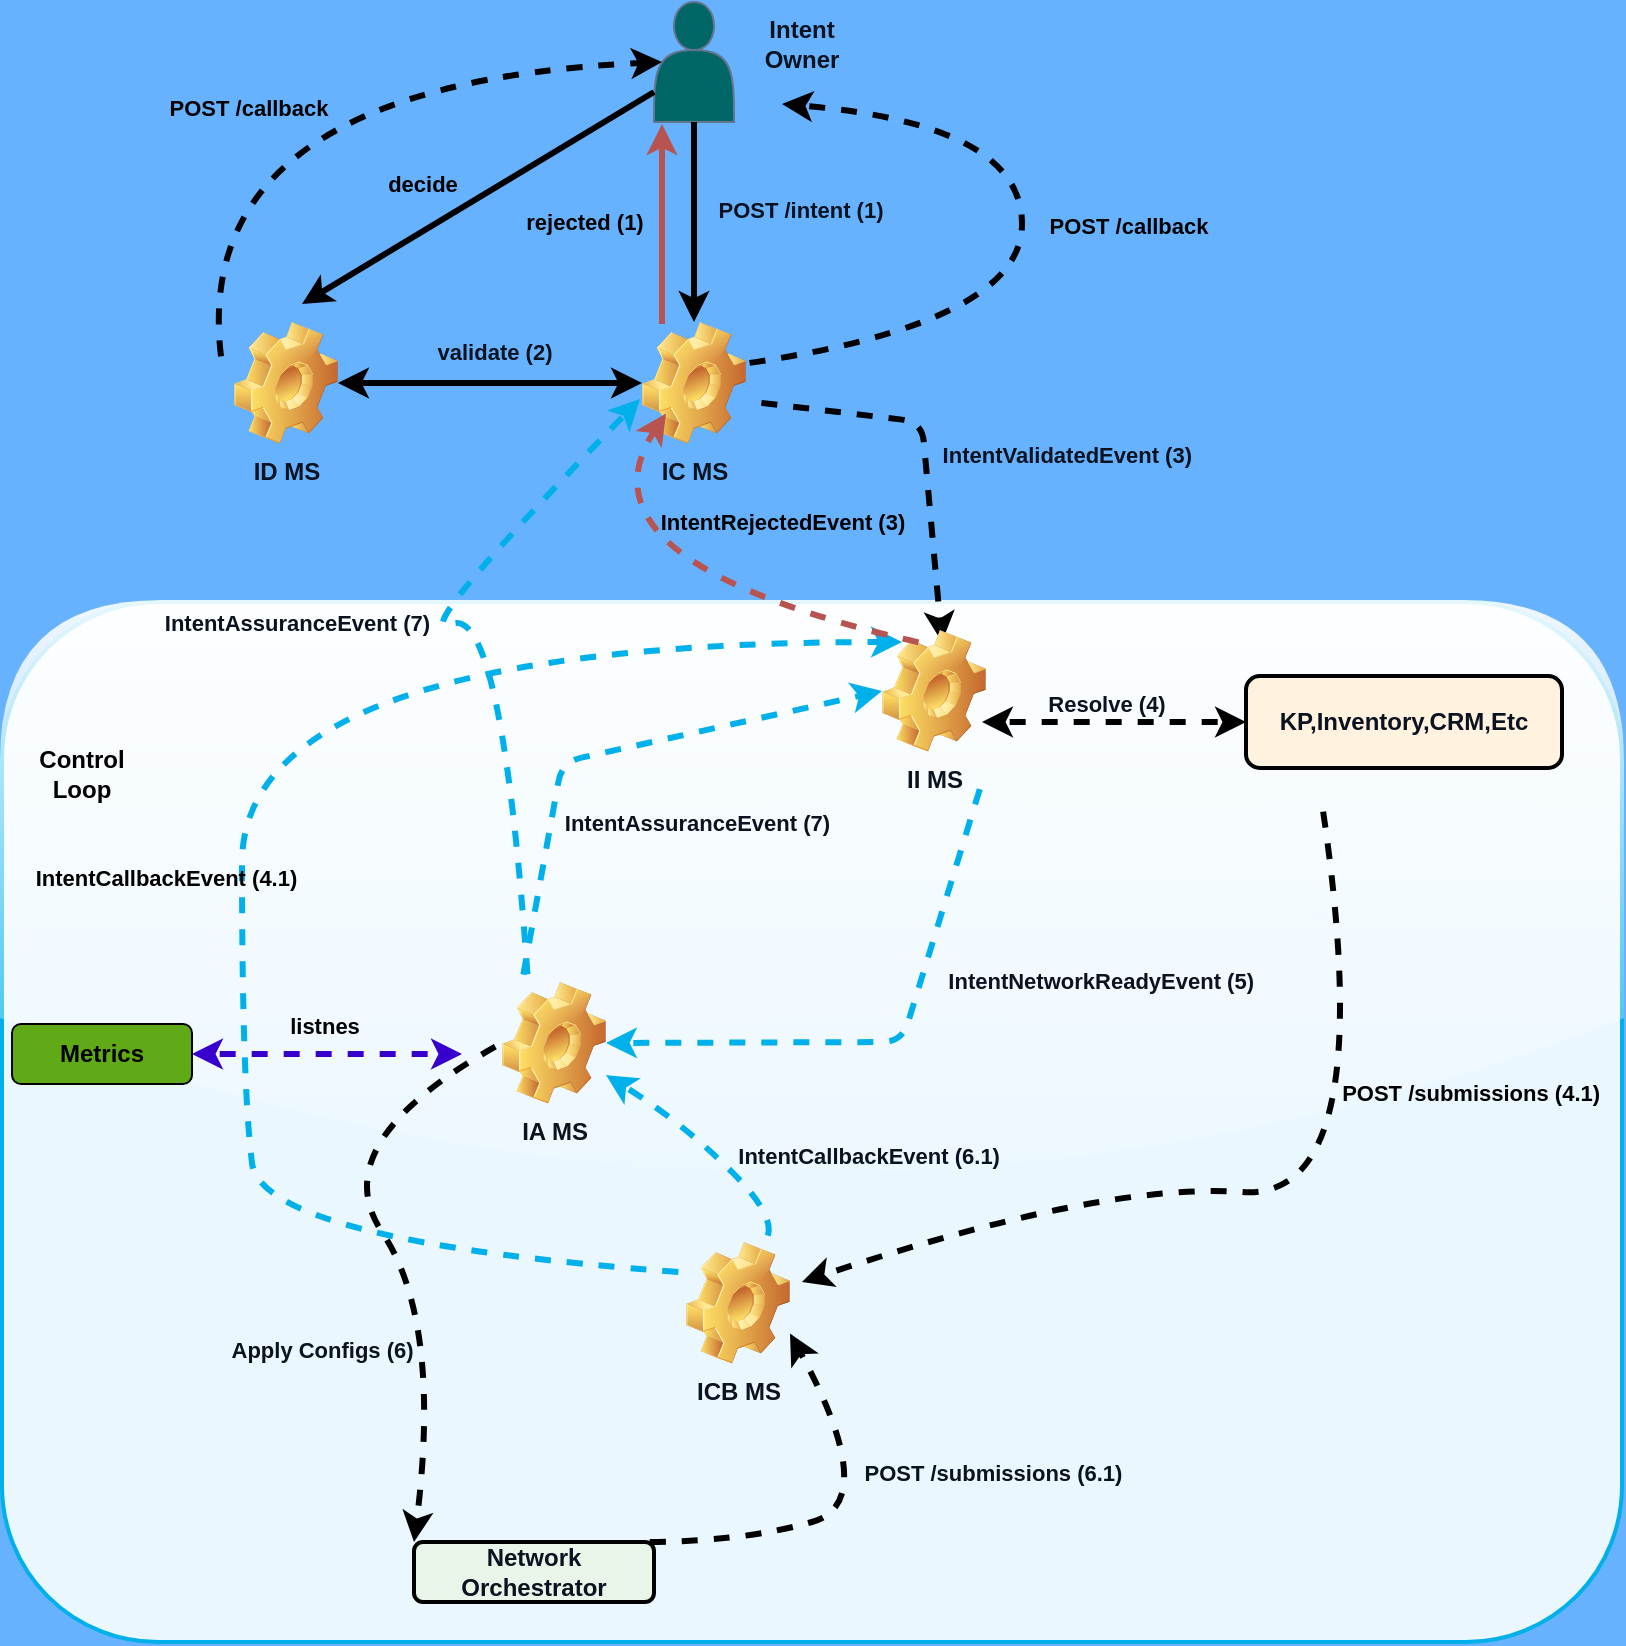
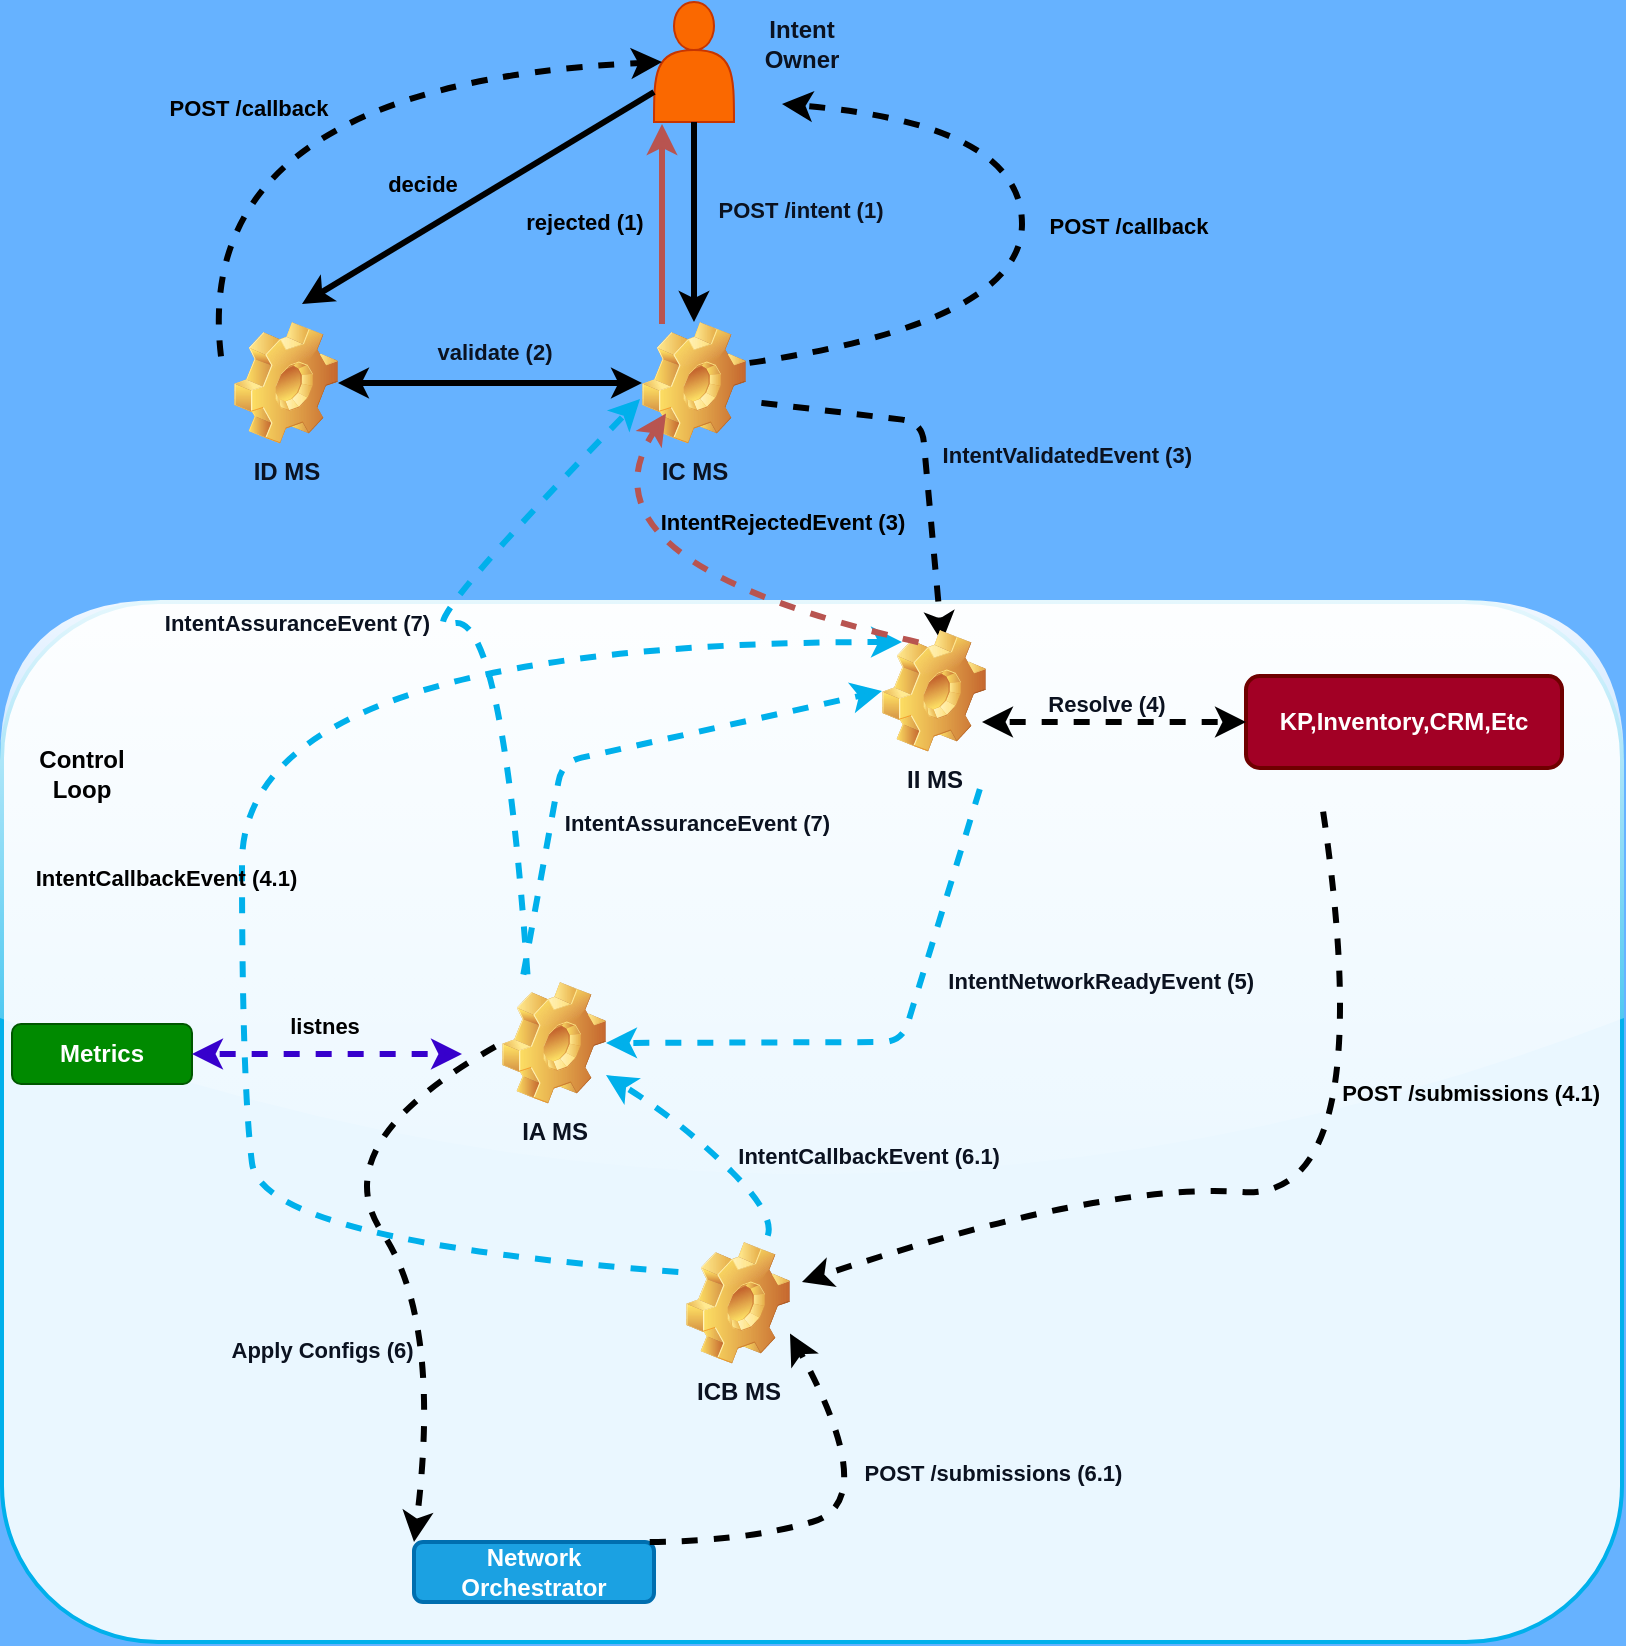
<mxfile host="65bd71144e">
    <diagram id="hkdiFI0e61aXNWWX01rr" name="Page-1">
        <mxGraphModel dx="678" dy="638" grid="1" gridSize="10" guides="1" tooltips="1" connect="1" arrows="1" fold="1" page="1" pageScale="1" pageWidth="827" pageHeight="1169" background="#66B2FF" math="0" shadow="0">
            <root>
                <mxCell id="0"/>
                <mxCell id="1" parent="0"/>
                <mxCell id="44" value="" style="rounded=1;whiteSpace=wrap;html=1;strokeWidth=2;glass=1;shadow=0;fillStyle=auto;fillColor=#EAF7FF;fontColor=#0B1220;strokeColor=#00B0EB;" parent="1" vertex="1">
                    <mxGeometry x="10" y="449" width="810" height="520" as="geometry"/>
                </mxCell>
                <mxCell id="2" value="IA MS" style="shape=image;html=1;verticalLabelPosition=bottom;verticalAlign=top;imageAspect=1;aspect=fixed;image=img/clipart/Gear_128x128.png;container=0;fontStyle=1;fillColor=#E6F7FF;strokeColor=#00B0EB;fontColor=#0B1220;strokeWidth=2;shadow=0;" parent="1" vertex="1">
                    <mxGeometry x="260" y="639" width="52" height="61" as="geometry"/>
                </mxCell>
                <mxCell id="7" value="" style="endArrow=classic;html=1;shadow=0;flowAnimation=1;strokeWidth=3;strokeColor=#00B0EB;entryX=0;entryY=0.5;entryDx=0;entryDy=0;jumpStyle=arc;fontColor=#0B1220;" parent="1" target="28" edge="1">
                    <mxGeometry width="50" height="50" relative="1" as="geometry">
                        <mxPoint x="270" y="639" as="sourcePoint"/>
                        <mxPoint x="430" y="489" as="targetPoint"/>
                        <Array as="points">
                            <mxPoint x="290" y="529"/>
                        </Array>
                    </mxGeometry>
                </mxCell>
                <mxCell id="9" value="IntentNetworkReadyEvent (5)" style="edgeLabel;align=center;verticalAlign=middle;resizable=0;points=[];container=0;fontColor=#0B1220;labelBackgroundColor=none;fontStyle=1;fillColor=#E8F5E9;strokeColor=#2E7D32;strokeWidth=2;shadow=0;" parent="7" vertex="1" connectable="0">
                    <mxGeometry x="0.0249" y="3" relative="1" as="geometry">
                        <mxPoint x="241" y="118" as="offset"/>
                    </mxGeometry>
                </mxCell>
                <mxCell id="8" value="" style="endArrow=classic;html=1;entryX=1;entryY=0.5;entryDx=0;entryDy=0;exitX=1;exitY=1;exitDx=0;exitDy=0;flowAnimation=1;jumpStyle=arc;strokeWidth=3;strokeColor=#00B0EB;fontColor=#0B1220;" parent="1" target="2" edge="1">
                    <mxGeometry width="50" height="50" relative="1" as="geometry">
                        <mxPoint x="500" y="539" as="sourcePoint"/>
                        <mxPoint x="470" y="719" as="targetPoint"/>
                        <Array as="points">
                            <mxPoint x="460" y="669"/>
                        </Array>
                    </mxGeometry>
                </mxCell>
                <mxCell id="10" value="IntentAssuranceEvent (7)" style="edgeLabel;align=center;verticalAlign=middle;resizable=0;points=[];container=0;labelBackgroundColor=none;fontStyle=1;fillColor=#FFEBEE;strokeColor=#C62828;fontColor=#0B1220;strokeWidth=2;shadow=0;" parent="8" vertex="1" connectable="0">
                    <mxGeometry x="-0.196" relative="1" as="geometry">
                        <mxPoint x="-109" y="-89" as="offset"/>
                    </mxGeometry>
                </mxCell>
                <mxCell id="12" value="IC MS" style="shape=image;html=1;verticalLabelPosition=bottom;verticalAlign=top;imageAspect=1;aspect=fixed;image=img/clipart/Gear_128x128.png;fontStyle=1;fillColor=#E6F7FF;strokeColor=#00B0EB;fontColor=#0B1220;strokeWidth=2;shadow=0;" parent="1" vertex="1">
                    <mxGeometry x="330" y="309" width="52" height="61" as="geometry"/>
                </mxCell>
-                 <mxCell id="13" value="" style="shape=actor;whiteSpace=wrap;html=1;fillColor=#006666;strokeColor=#64748B;fontColor=#0B1220;shadow=0;" parent="1" vertex="1">
+                 <mxCell id="13" value="" style="shape=actor;whiteSpace=wrap;html=1;fillColor=#fa6800;strokeColor=#C73500;fontColor=#000000;shadow=0;" parent="1" vertex="1">
                    <mxGeometry x="336" y="149" width="40" height="60" as="geometry"/>
                </mxCell>
                <mxCell id="14" value="" style="endArrow=classic;html=1;exitX=0.5;exitY=1;exitDx=0;exitDy=0;strokeWidth=3;flowAnimation=0;strokeColor=default;fontColor=#0B1220;" parent="1" source="13" target="12" edge="1">
                    <mxGeometry width="50" height="50" relative="1" as="geometry">
                        <mxPoint x="430" y="379" as="sourcePoint"/>
                        <mxPoint x="480" y="329" as="targetPoint"/>
                    </mxGeometry>
                </mxCell>
                <mxCell id="17" value="POST /intent (1)" style="edgeLabel;html=1;align=center;verticalAlign=middle;resizable=0;points=[];fontColor=#0B1220;fontStyle=1;labelBackgroundColor=none;strokeColor=#64748B;shadow=0;" parent="14" vertex="1" connectable="0">
                    <mxGeometry x="-0.13" relative="1" as="geometry">
                        <mxPoint x="53" as="offset"/>
                    </mxGeometry>
                </mxCell>
                <mxCell id="15" value="ICB MS" style="shape=image;html=1;verticalLabelPosition=bottom;verticalAlign=top;imageAspect=1;aspect=fixed;image=img/clipart/Gear_128x128.png;fontStyle=1;fillColor=#FFF3E0;strokeColor=#F57C00;fontColor=#0B1220;strokeWidth=2;shadow=0;" parent="1" vertex="1">
                    <mxGeometry x="352" y="769" width="52" height="61" as="geometry"/>
                </mxCell>
                <mxCell id="16" value="" style="endArrow=classic;html=1;exitX=0.5;exitY=1;exitDx=0;exitDy=0;strokeWidth=3;flowAnimation=1;jumpStyle=arc;strokeColor=default;fontColor=#0B1220;" parent="1" edge="1">
                    <mxGeometry width="50" height="50" relative="1" as="geometry">
                        <mxPoint x="386" y="349" as="sourcePoint"/>
                        <mxPoint x="480" y="469" as="targetPoint"/>
                        <Array as="points">
                            <mxPoint x="470" y="359"/>
                        </Array>
                    </mxGeometry>
                </mxCell>
                <mxCell id="18" value="IntentValidatedEvent (3)" style="edgeLabel;align=center;verticalAlign=middle;resizable=0;points=[];fontColor=#0B1220;fontStyle=1;labelBackgroundColor=none;strokeColor=#64748B;shadow=0;" parent="16" vertex="1" connectable="0">
                    <mxGeometry x="0.0229" y="-3" relative="1" as="geometry">
                        <mxPoint x="74" as="offset"/>
                    </mxGeometry>
                </mxCell>
-                 <mxCell id="21" value="Network Orchestrator" style="rounded=1;whiteSpace=wrap;html=1;fillColor=#E8F5E9;fontColor=#0B1220;strokeColor=default;fontStyle=1;strokeWidth=2;shadow=0;" parent="1" vertex="1">
+                 <mxCell id="21" value="Network Orchestrator" style="rounded=1;whiteSpace=wrap;html=1;fillColor=#1ba1e2;fontColor=#ffffff;strokeColor=#006EAF;fontStyle=1;strokeWidth=2;shadow=0;" parent="1" vertex="1">
                    <mxGeometry x="216" y="919" width="120" height="30" as="geometry"/>
                </mxCell>
                <mxCell id="22" value="Intent Owner" style="text;html=1;align=center;verticalAlign=middle;whiteSpace=wrap;rounded=0;fontStyle=1;fillColor=none;strokeColor=none;fontColor=#0B1220;strokeWidth=2;shadow=0;" parent="1" vertex="1">
                    <mxGeometry x="380" y="155" width="60" height="30" as="geometry"/>
                </mxCell>
-                 <mxCell id="23" value="KP,Inventory,CRM,Etc" style="rounded=1;whiteSpace=wrap;html=1;fillColor=#FFF3E0;fontColor=#0B1220;strokeColor=default;fontStyle=1;strokeWidth=2;shadow=0;" parent="1" vertex="1">
+                 <mxCell id="23" value="KP,Inventory,CRM,Etc" style="rounded=1;whiteSpace=wrap;html=1;fillColor=#a20025;fontColor=#ffffff;strokeColor=#6F0000;fontStyle=1;strokeWidth=2;shadow=0;" parent="1" vertex="1">
                    <mxGeometry x="632" y="486" width="158" height="46" as="geometry"/>
                </mxCell>
                <mxCell id="25" value="" style="endArrow=classic;startArrow=classic;html=1;exitX=1;exitY=0.5;exitDx=0;exitDy=0;entryX=0;entryY=0.5;entryDx=0;entryDy=0;endSize=6;strokeWidth=3;flowAnimation=1;strokeColor=default;fontColor=#0B1220;" parent="1" target="23" edge="1">
                    <mxGeometry width="50" height="50" relative="1" as="geometry">
                        <mxPoint x="500" y="509" as="sourcePoint"/>
                        <mxPoint x="590" y="519" as="targetPoint"/>
                    </mxGeometry>
                </mxCell>
                <mxCell id="34" value="Resolve (4)" style="edgeLabel;html=1;align=center;verticalAlign=middle;resizable=0;points=[];fontStyle=1;labelBackgroundColor=none;strokeColor=#64748B;fontColor=#0B1220;shadow=0;" parent="25" vertex="1" connectable="0">
                    <mxGeometry x="-0.0667" relative="1" as="geometry">
                        <mxPoint y="-9" as="offset"/>
                    </mxGeometry>
                </mxCell>
                <mxCell id="28" value="II MS" style="shape=image;html=1;verticalLabelPosition=bottom;verticalAlign=top;imageAspect=1;aspect=fixed;image=img/clipart/Gear_128x128.png;fontStyle=1;fillColor=#E6F7FF;strokeColor=#00B0EB;fontColor=#0B1220;strokeWidth=2;shadow=0;enumerate=0;treeMoving=0;" parent="1" vertex="1">
                    <mxGeometry x="450" y="463" width="52" height="61" as="geometry"/>
                </mxCell>
                <mxCell id="29" value="ID MS" style="shape=image;html=1;verticalLabelPosition=bottom;verticalAlign=top;imageAspect=1;aspect=fixed;image=img/clipart/Gear_128x128.png;fontStyle=1;fillColor=#E6F7FF;strokeColor=#00B0EB;fontColor=#0B1220;strokeWidth=2;shadow=0;" parent="1" vertex="1">
                    <mxGeometry x="126" y="309" width="52" height="61" as="geometry"/>
                </mxCell>
                <mxCell id="30" value="" style="endArrow=classic;startArrow=classic;html=1;exitX=1;exitY=0.5;exitDx=0;exitDy=0;entryX=0;entryY=0.5;entryDx=0;entryDy=0;strokeWidth=3;flowAnimation=0;strokeColor=default;fontColor=#0B1220;" parent="1" source="29" target="12" edge="1">
                    <mxGeometry width="50" height="50" relative="1" as="geometry">
                        <mxPoint x="280" y="469" as="sourcePoint"/>
                        <mxPoint x="330" y="419" as="targetPoint"/>
                    </mxGeometry>
                </mxCell>
                <mxCell id="31" value="validate (2)" style="edgeLabel;html=1;align=center;verticalAlign=middle;resizable=0;points=[];fontStyle=1;labelBackgroundColor=none;strokeColor=#64748B;fontColor=#0B1220;shadow=0;" parent="30" vertex="1" connectable="0">
                    <mxGeometry y="2" relative="1" as="geometry">
                        <mxPoint x="2" y="-14" as="offset"/>
                    </mxGeometry>
                </mxCell>
                <mxCell id="32" value="" style="curved=1;endArrow=classic;html=1;strokeWidth=3;flowAnimation=1;fillColor=#0050ef;strokeColor=default;fontColor=#0B1220;" parent="1" edge="1">
                    <mxGeometry width="50" height="50" relative="1" as="geometry">
                        <mxPoint x="670" y="550" as="sourcePoint"/>
                        <mxPoint x="410" y="789" as="targetPoint"/>
                        <Array as="points">
                            <mxPoint x="700" y="749"/>
                            <mxPoint x="560" y="739"/>
                        </Array>
                    </mxGeometry>
                </mxCell>
                <mxCell id="33" value="" style="curved=1;endArrow=classic;html=1;exitX=0;exitY=0.25;exitDx=0;exitDy=0;strokeWidth=3;flowAnimation=1;fillColor=#0050ef;strokeColor=#00B0EB;fontColor=#0B1220;" parent="1" source="15" edge="1">
                    <mxGeometry width="50" height="50" relative="1" as="geometry">
                        <mxPoint x="90" y="769" as="sourcePoint"/>
                        <mxPoint x="460" y="469" as="targetPoint"/>
                        <Array as="points">
                            <mxPoint x="140" y="769"/>
                            <mxPoint x="130" y="690"/>
                            <mxPoint x="130" y="469"/>
                        </Array>
                    </mxGeometry>
                </mxCell>
                <mxCell id="36" value="" style="curved=1;endArrow=classic;html=1;exitX=0;exitY=0.5;exitDx=0;exitDy=0;entryX=0;entryY=0;entryDx=0;entryDy=0;strokeWidth=3;fillColor=#e3c800;strokeColor=default;flowAnimation=1;fontColor=#0B1220;" parent="1" source="2" target="21" edge="1">
                    <mxGeometry width="50" height="50" relative="1" as="geometry">
                        <mxPoint x="230" y="859" as="sourcePoint"/>
                        <mxPoint x="280" y="809" as="targetPoint"/>
                        <Array as="points">
                            <mxPoint x="170" y="719"/>
                            <mxPoint x="230" y="809"/>
                        </Array>
                    </mxGeometry>
                </mxCell>
                <mxCell id="37" value="Apply Configs (6)" style="edgeLabel;align=center;verticalAlign=middle;resizable=0;points=[];labelBackgroundColor=none;fontColor=#0B1220;fontStyle=1;strokeColor=#64748B;shadow=0;" parent="36" vertex="1" connectable="0">
                    <mxGeometry x="0.2297" y="-7" relative="1" as="geometry">
                        <mxPoint x="-47" y="20" as="offset"/>
                    </mxGeometry>
                </mxCell>
                <mxCell id="38" value="" style="curved=1;endArrow=classic;html=1;entryX=1;entryY=0.75;entryDx=0;entryDy=0;fillColor=#e3c800;strokeColor=default;strokeWidth=3;flowAnimation=1;fontColor=#0B1220;" parent="1" target="15" edge="1">
                    <mxGeometry width="50" height="50" relative="1" as="geometry">
                        <mxPoint x="330" y="919" as="sourcePoint"/>
                        <mxPoint x="380" y="869" as="targetPoint"/>
                        <Array as="points">
                            <mxPoint x="380" y="919"/>
                            <mxPoint x="450" y="899"/>
                        </Array>
                    </mxGeometry>
                </mxCell>
                <mxCell id="39" value="POST /submissions (6.1)" style="edgeLabel;align=center;verticalAlign=middle;resizable=0;points=[];fontStyle=1;labelBackgroundColor=none;fontColor=#0B1220;strokeColor=#64748B;shadow=0;" parent="38" vertex="1" connectable="0">
                    <mxGeometry x="0.3261" y="9" relative="1" as="geometry">
                        <mxPoint x="74" as="offset"/>
                    </mxGeometry>
                </mxCell>
                <mxCell id="40" value="" style="curved=1;endArrow=classic;html=1;exitX=0.75;exitY=0;exitDx=0;exitDy=0;fillColor=#e3c800;strokeColor=#00B0EB;strokeWidth=3;flowAnimation=1;fontColor=#0B1220;" parent="1" source="15" target="2" edge="1">
                    <mxGeometry width="50" height="50" relative="1" as="geometry">
                        <mxPoint x="350" y="759" as="sourcePoint"/>
                        <mxPoint x="400" y="709" as="targetPoint"/>
                        <Array as="points">
                            <mxPoint x="400" y="759"/>
                            <mxPoint x="350" y="709"/>
                        </Array>
                    </mxGeometry>
                </mxCell>
                <mxCell id="41" value="IntentCallbackEvent (6.1)" style="edgeLabel;align=center;verticalAlign=middle;resizable=0;points=[];fontStyle=1;labelBackgroundColor=none;fontColor=#0B1220;strokeColor=#64748B;shadow=0;" parent="40" vertex="1" connectable="0">
                    <mxGeometry x="-0.0281" relative="1" as="geometry">
                        <mxPoint x="78" y="1" as="offset"/>
                    </mxGeometry>
                </mxCell>
                <mxCell id="46" value="" style="endArrow=classic;html=1;exitX=0;exitY=0.75;exitDx=0;exitDy=0;strokeWidth=3;" parent="1" source="13" edge="1">
                    <mxGeometry width="50" height="50" relative="1" as="geometry">
                        <mxPoint x="170" y="220" as="sourcePoint"/>
                        <mxPoint x="160" y="300" as="targetPoint"/>
                    </mxGeometry>
                </mxCell>
                <mxCell id="47" value="decide" style="edgeLabel;html=1;align=center;verticalAlign=middle;resizable=0;points=[];labelBackgroundColor=none;fontStyle=1" parent="46" vertex="1" connectable="0">
                    <mxGeometry x="-0.0222" y="1" relative="1" as="geometry">
                        <mxPoint x="-31" y="-7" as="offset"/>
                    </mxGeometry>
                </mxCell>
-                 <mxCell id="48" value="Metrics" style="rounded=1;whiteSpace=wrap;html=1;fillColor=#60a917;fontColor=default;strokeColor=default;fontStyle=1" parent="1" vertex="1">
+                 <mxCell id="48" value="Metrics" style="rounded=1;whiteSpace=wrap;html=1;fillColor=#008a00;fontColor=#ffffff;strokeColor=#005700;fontStyle=1" parent="1" vertex="1">
                    <mxGeometry x="15" y="660" width="90" height="30" as="geometry"/>
                </mxCell>
                <mxCell id="49" value="" style="endArrow=classic;startArrow=classic;html=1;exitX=1;exitY=0.5;exitDx=0;exitDy=0;strokeWidth=3;flowAnimation=1;strokeColor=#3700CC;jumpStyle=arc;fillColor=#6a00ff;" parent="1" source="48" edge="1">
                    <mxGeometry width="50" height="50" relative="1" as="geometry">
                        <mxPoint x="150" y="720" as="sourcePoint"/>
                        <mxPoint x="240" y="675" as="targetPoint"/>
                    </mxGeometry>
                </mxCell>
                <mxCell id="55" value="listnes" style="edgeLabel;html=1;align=center;verticalAlign=middle;resizable=0;points=[];labelBackgroundColor=none;fontStyle=1" parent="49" vertex="1" connectable="0">
                    <mxGeometry x="-0.0462" y="4" relative="1" as="geometry">
                        <mxPoint x="1" y="-10" as="offset"/>
                    </mxGeometry>
                </mxCell>
                <mxCell id="50" value="IntentCallbackEvent (4.1)" style="edgeLabel;align=center;verticalAlign=middle;resizable=0;points=[];fontStyle=1;labelBackgroundColor=none;fontColor=default;" parent="1" vertex="1" connectable="0">
                    <mxGeometry x="220.0011238408634" y="585.0011238408631" as="geometry">
                        <mxPoint x="-128" y="1" as="offset"/>
                    </mxGeometry>
                </mxCell>
                <mxCell id="51" value="POST /submissions (4.1)" style="edgeLabel;align=center;verticalAlign=middle;resizable=0;points=[];fontStyle=1;labelBackgroundColor=none;fontColor=default;" parent="1" vertex="1" connectable="0">
                    <mxGeometry x="744.3029013611379" y="693.5364916215115" as="geometry"/>
                </mxCell>
                <mxCell id="54" value="Control Loop" style="text;html=1;align=center;verticalAlign=middle;whiteSpace=wrap;rounded=0;fontStyle=1" parent="1" vertex="1">
                    <mxGeometry x="20" y="520" width="60" height="30" as="geometry"/>
                </mxCell>
                <mxCell id="56" value="" style="endArrow=classic;html=1;rounded=0;jumpStyle=arc;curved=1;strokeWidth=3;shadow=0;flowAnimation=1;" parent="1" edge="1">
                    <mxGeometry width="50" height="50" relative="1" as="geometry">
                        <mxPoint x="380" y="330" as="sourcePoint"/>
                        <mxPoint x="400" y="200" as="targetPoint"/>
                        <Array as="points">
                            <mxPoint x="520" y="310"/>
                            <mxPoint x="520" y="210"/>
                        </Array>
                    </mxGeometry>
                </mxCell>
                <mxCell id="57" value="POST /callback" style="edgeLabel;html=1;align=center;verticalAlign=middle;resizable=0;points=[];labelBackgroundColor=none;fontStyle=1" parent="56" vertex="1" connectable="0">
                    <mxGeometry x="0.0525" y="1" relative="1" as="geometry">
                        <mxPoint x="54" as="offset"/>
                    </mxGeometry>
                </mxCell>
                <mxCell id="58" value="" style="endArrow=classic;html=1;rounded=0;entryX=0.1;entryY=0.5;entryDx=0;entryDy=0;entryPerimeter=0;curved=1;strokeWidth=3;flowAnimation=1;" parent="1" target="13" edge="1">
                    <mxGeometry width="50" height="50" relative="1" as="geometry">
                        <mxPoint x="120" y="330" as="sourcePoint"/>
                        <mxPoint x="130" y="210" as="targetPoint"/>
                        <Array as="points">
                            <mxPoint x="100" y="190"/>
                        </Array>
                    </mxGeometry>
                </mxCell>
                <mxCell id="59" value="POST /callback" style="edgeLabel;html=1;align=center;verticalAlign=middle;resizable=0;points=[];labelBackgroundColor=none;fontStyle=1" parent="1" vertex="1" connectable="0">
                    <mxGeometry x="133" y="201.4213562373095" as="geometry"/>
                </mxCell>
                <mxCell id="60" value="" style="endArrow=classic;html=1;rounded=0;strokeWidth=3;fillColor=#f8cecc;strokeColor=#b85450;" parent="1" edge="1">
                    <mxGeometry width="50" height="50" relative="1" as="geometry">
                        <mxPoint x="340" y="310" as="sourcePoint"/>
                        <mxPoint x="340" y="210" as="targetPoint"/>
                    </mxGeometry>
                </mxCell>
                <mxCell id="61" value="rejected (1)" style="edgeLabel;html=1;align=center;verticalAlign=middle;resizable=0;points=[];labelBackgroundColor=none;fontStyle=1" parent="60" vertex="1" connectable="0">
                    <mxGeometry x="0.0312" y="1" relative="1" as="geometry">
                        <mxPoint x="-38" as="offset"/>
                    </mxGeometry>
                </mxCell>
                <mxCell id="62" value="" style="endArrow=classic;html=1;rounded=0;entryX=0;entryY=0.75;entryDx=0;entryDy=0;strokeWidth=3;fillColor=#f8cecc;strokeColor=#b85450;flowAnimation=1;jumpStyle=arc;curved=1;" parent="1" edge="1">
                    <mxGeometry width="50" height="50" relative="1" as="geometry">
                        <mxPoint x="472" y="470" as="sourcePoint"/>
                        <mxPoint x="342" y="354.75" as="targetPoint"/>
                        <Array as="points">
                            <mxPoint x="292" y="430"/>
                        </Array>
                    </mxGeometry>
                </mxCell>
                <mxCell id="63" value="IntentRejectedEvent (3)" style="edgeLabel;html=1;align=center;verticalAlign=middle;resizable=0;points=[];labelBackgroundColor=none;fontStyle=1" parent="62" vertex="1" connectable="0">
                    <mxGeometry x="0.6388" y="-23" relative="1" as="geometry">
                        <mxPoint x="66" as="offset"/>
                    </mxGeometry>
                </mxCell>
                <mxCell id="69" value="" style="curved=1;endArrow=classic;html=1;exitX=0.25;exitY=0;exitDx=0;exitDy=0;entryX=-0.019;entryY=0.631;entryDx=0;entryDy=0;entryPerimeter=0;strokeWidth=3;flowAnimation=1;strokeColor=#00B0EB;" parent="1" source="2" target="12" edge="1">
                    <mxGeometry width="50" height="50" relative="1" as="geometry">
                        <mxPoint x="210" y="520" as="sourcePoint"/>
                        <mxPoint x="260" y="470" as="targetPoint"/>
                        <Array as="points">
                            <mxPoint x="260" y="450"/>
                            <mxPoint x="210" y="470"/>
                        </Array>
                    </mxGeometry>
                </mxCell>
                <mxCell id="70" value="IntentAssuranceEvent (7)" style="edgeLabel;align=center;verticalAlign=middle;resizable=0;points=[];container=0;labelBackgroundColor=none;fontStyle=1;fillColor=#FFEBEE;strokeColor=#C62828;fontColor=#0B1220;strokeWidth=2;shadow=0;" parent="1" vertex="1" connectable="0">
                    <mxGeometry x="157.4742132325223" y="458.9588069943022" as="geometry"/>
                </mxCell>
            </root>
        </mxGraphModel>
    </diagram>
</mxfile>